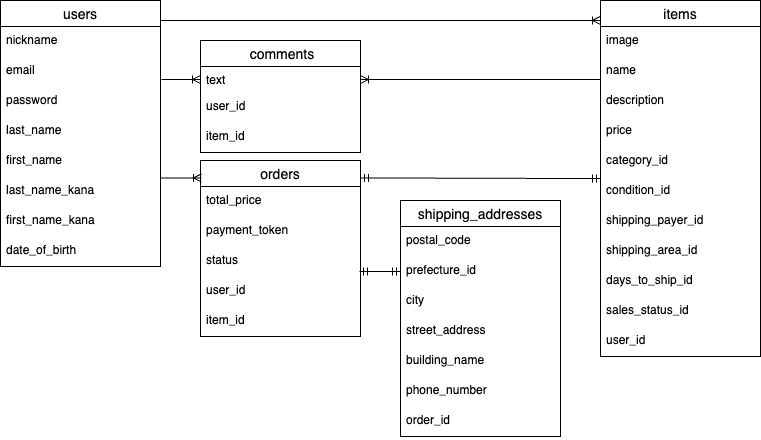
Before: ER.drawio.png, a diagram exported from draw.io (mao0000/furima-46811). Source tidied: cells renumbered, new cells last; positions are measured from the earlier drawing's top-left corner, leaving out a move shared by most shapes.
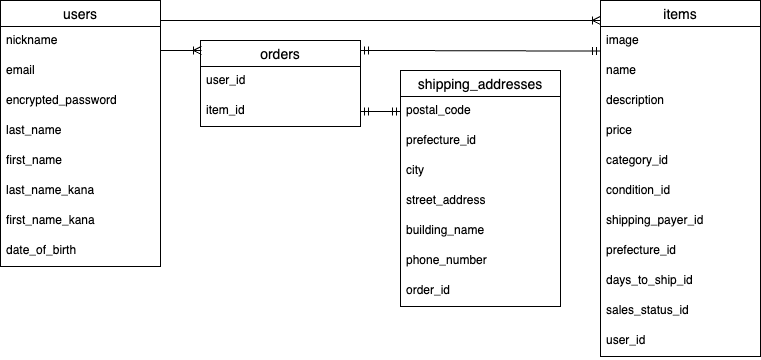
The same file after the commit.

Commit message:
ER図・READMEの訂正

Diff of the diagram source:
```diff
@@ -11,7 +11,7 @@
     <mxCell id="4" value="email" style="text;strokeColor=none;fillColor=none;spacingLeft=4;spacingRight=4;overflow=hidden;points=[[0,0.5],[1,0.5]];portConstraint=eastwest;fontSize=12;whiteSpace=wrap;html=1;" parent="2" vertex="1">
       <mxGeometry y="56" width="160" height="30" as="geometry" />
     </mxCell>
-    <mxCell id="5" value="password" style="text;strokeColor=none;fillColor=none;spacingLeft=4;spacingRight=4;overflow=hidden;fontSize=12;whiteSpace=wrap;html=1;" parent="2" vertex="1">
+    <mxCell id="5" value="encrypted_password" style="text;strokeColor=none;fillColor=none;spacingLeft=4;spacingRight=4;overflow=hidden;fontSize=12;whiteSpace=wrap;html=1;" parent="2" vertex="1">
       <mxGeometry y="86" width="160" height="30" as="geometry" />
     </mxCell>
     <mxCell id="6" value="last_name" style="text;strokeColor=none;fillColor=none;spacingLeft=4;spacingRight=4;overflow=hidden;fontSize=12;whiteSpace=wrap;html=1;" parent="2" vertex="1">
@@ -53,7 +53,7 @@
     <mxCell id="18" value="shipping_payer_id" style="text;strokeColor=none;fillColor=none;spacingLeft=4;spacingRight=4;overflow=hidden;fontSize=12;whiteSpace=wrap;html=1;" parent="11" vertex="1">
       <mxGeometry y="206" width="160" height="30" as="geometry" />
     </mxCell>
-    <mxCell id="19" value="shipping_area_id" style="text;strokeColor=none;fillColor=none;spacingLeft=4;spacingRight=4;overflow=hidden;fontSize=12;whiteSpace=wrap;html=1;" parent="11" vertex="1">
+    <mxCell id="19" value="prefecture_id" style="text;strokeColor=none;fillColor=none;spacingLeft=4;spacingRight=4;overflow=hidden;fontSize=12;whiteSpace=wrap;html=1;" parent="11" vertex="1">
       <mxGeometry y="236" width="160" height="30" as="geometry" />
     </mxCell>
     <mxCell id="20" value="days_to_ship_id" style="text;strokeColor=none;fillColor=none;spacingLeft=4;spacingRight=4;overflow=hidden;fontSize=12;whiteSpace=wrap;html=1;" parent="11" vertex="1">
@@ -66,25 +66,16 @@
       <mxGeometry y="326" width="160" height="30" as="geometry" />
     </mxCell>
     <mxCell id="23" value="orders" style="swimlane;fontStyle=0;horizontal=1;startSize=26;align=center;fontSize=14;" parent="1" vertex="1">
-      <mxGeometry x="200" y="220" width="160" height="176" as="geometry" />
+      <mxGeometry x="200" y="100" width="160" height="86" as="geometry" />
     </mxCell>
-    <mxCell id="24" value="total_price" style="text;strokeColor=none;fillColor=none;spacingLeft=4;spacingRight=4;overflow=hidden;fontSize=12;whiteSpace=wrap;html=1;" parent="23" vertex="1">
-      <mxGeometry y="26" width="160" height="30" as="geometry" />
-    </mxCell>
-    <mxCell id="25" value="payment_token" style="text;strokeColor=none;fillColor=none;spacingLeft=4;spacingRight=4;overflow=hidden;fontSize=12;whiteSpace=wrap;html=1;" parent="23" vertex="1">
-      <mxGeometry y="56" width="160" height="30" as="geometry" />
-    </mxCell>
-    <mxCell id="26" value="status" style="text;strokeColor=none;fillColor=none;spacingLeft=4;spacingRight=4;overflow=hidden;points=[[0,0.5],[1,0.5]];portConstraint=eastwest;fontSize=12;whiteSpace=wrap;html=1;" parent="23" vertex="1">
-      <mxGeometry y="86" width="160" height="30" as="geometry" />
-    </mxCell>
     <mxCell id="27" value="user_id" style="text;strokeColor=none;fillColor=none;spacingLeft=4;spacingRight=4;overflow=hidden;fontSize=12;whiteSpace=wrap;html=1;" parent="23" vertex="1">
-      <mxGeometry y="116" width="160" height="30" as="geometry" />
+      <mxGeometry y="26" width="160" height="30" as="geometry" />
     </mxCell>
     <mxCell id="28" value="item_id" style="text;strokeColor=none;fillColor=none;spacingLeft=4;spacingRight=4;overflow=hidden;points=[[0,0.5],[1,0.5]];portConstraint=eastwest;fontSize=12;whiteSpace=wrap;html=1;" parent="23" vertex="1">
-      <mxGeometry y="146" width="160" height="30" as="geometry" />
+      <mxGeometry y="56" width="160" height="30" as="geometry" />
     </mxCell>
     <mxCell id="29" value="shipping_addresses" style="swimlane;fontStyle=0;horizontal=1;startSize=26;align=center;fontSize=14;" parent="1" vertex="1">
-      <mxGeometry x="400" y="260" width="160" height="236" as="geometry" />
+      <mxGeometry x="400" y="130" width="160" height="236" as="geometry" />
     </mxCell>
     <mxCell id="30" value="postal_code" style="text;strokeColor=none;fillColor=none;spacingLeft=4;spacingRight=4;overflow=hidden;points=[[0,0.5],[1,0.5]];portConstraint=eastwest;fontSize=12;whiteSpace=wrap;html=1;" parent="29" vertex="1">
       <mxGeometry y="26" width="160" height="30" as="geometry" />
@@ -107,18 +98,6 @@
     <mxCell id="36" value="order_id" style="text;strokeColor=none;fillColor=none;spacingLeft=4;spacingRight=4;overflow=hidden;fontSize=12;whiteSpace=wrap;html=1;" parent="29" vertex="1">
       <mxGeometry y="206" width="160" height="30" as="geometry" />
     </mxCell>
-    <mxCell id="37" value=" comments" style="swimlane;fontStyle=0;horizontal=1;startSize=26;align=center;fontSize=14;" parent="1" vertex="1">
-      <mxGeometry x="200" y="100" width="160" height="112" as="geometry" />
-    </mxCell>
-    <mxCell id="38" value="text" style="text;strokeColor=none;fillColor=none;spacingLeft=4;spacingRight=4;overflow=hidden;points=[[0,0.5],[1,0.5]];portConstraint=eastwest;fontSize=12;whiteSpace=wrap;html=1;" parent="37" vertex="1">
-      <mxGeometry y="26" width="160" height="26" as="geometry" />
-    </mxCell>
-    <mxCell id="39" value="user_id" style="text;strokeColor=none;fillColor=none;spacingLeft=4;spacingRight=4;overflow=hidden;fontSize=12;whiteSpace=wrap;html=1;" parent="37" vertex="1">
-      <mxGeometry y="52" width="160" height="30" as="geometry" />
-    </mxCell>
-    <mxCell id="40" value="item_id" style="text;strokeColor=none;fillColor=none;spacingLeft=4;spacingRight=4;overflow=hidden;fontSize=12;whiteSpace=wrap;html=1;" parent="37" vertex="1">
-      <mxGeometry y="82" width="160" height="30" as="geometry" />
-    </mxCell>
     <mxCell id="41" style="edgeStyle=entityRelationEdgeStyle;fontSize=12;html=1;endArrow=ERoneToMany;entryX=0;entryY=0.056;entryDx=0;entryDy=0;entryPerimeter=0;" parent="1" edge="1" target="11">
       <mxGeometry relative="1" as="geometry">
         <mxPoint x="160" y="80" as="sourcePoint" />
@@ -129,31 +108,20 @@
         </Array>
       </mxGeometry>
     </mxCell>
-    <mxCell id="42" style="edgeStyle=entityRelationEdgeStyle;fontSize=12;html=1;endArrow=ERoneToMany;exitX=1.006;exitY=0.767;exitDx=0;exitDy=0;entryX=0;entryY=0.5;entryDx=0;entryDy=0;exitPerimeter=0;" parent="1" edge="1" source="4" target="38">
-      <mxGeometry relative="1" as="geometry">
-        <Array as="points">
-          <mxPoint x="370" y="250" />
-          <mxPoint x="340" y="280" />
-        </Array>
-      </mxGeometry>
-    </mxCell>
-    <mxCell id="43" style="edgeStyle=entityRelationEdgeStyle;fontSize=12;html=1;endArrow=ERoneToMany;exitX=0;exitY=0.767;exitDx=0;exitDy=0;exitPerimeter=0;entryX=1;entryY=0.5;entryDx=0;entryDy=0;" parent="1" edge="1" source="13" target="38">
-      <mxGeometry relative="1" as="geometry" />
-    </mxCell>
     <mxCell id="44" style="edgeStyle=entityRelationEdgeStyle;fontSize=12;html=1;endArrow=ERoneToMany;exitX=0.994;exitY=0.8;exitDx=0;exitDy=0;exitPerimeter=0;" parent="1" edge="1">
       <mxGeometry relative="1" as="geometry">
-        <mxPoint x="160" y="237.5" as="sourcePoint" />
-        <mxPoint x="201" y="237.5" as="targetPoint" />
+        <mxPoint x="160" y="110" as="sourcePoint" />
+        <mxPoint x="201" y="110" as="targetPoint" />
       </mxGeometry>
     </mxCell>
     <mxCell id="45" style="edgeStyle=entityRelationEdgeStyle;fontSize=12;html=1;endArrow=ERmandOne;startArrow=ERmandOne;" parent="1" edge="1">
       <mxGeometry relative="1" as="geometry">
-        <mxPoint x="360" y="237.5" as="sourcePoint" />
-        <mxPoint x="600" y="238" as="targetPoint" />
+        <mxPoint x="360" y="110" as="sourcePoint" />
+        <mxPoint x="600" y="110.5" as="targetPoint" />
       </mxGeometry>
     </mxCell>
-    <mxCell id="46" style="edgeStyle=entityRelationEdgeStyle;fontSize=12;html=1;endArrow=ERmandOne;startArrow=ERmandOne;exitX=0.994;exitY=0.833;exitDx=0;exitDy=0;exitPerimeter=0;entryX=0;entryY=0.5;entryDx=0;entryDy=0;" parent="1" edge="1" source="26" target="31">
-      <mxGeometry relative="1" as="geometry" />
-    </mxCell>
+    <mxCell id="47" style="edgeStyle=entityRelationEdgeStyle;fontSize=12;html=1;endArrow=ERmandOne;startArrow=ERmandOne;exitX=1;exitY=0.5;exitDx=0;exitDy=0;entryX=0;entryY=0.5;entryDx=0;entryDy=0;" parent="1" edge="1" source="28" target="30">
+      <mxGeometry relative="1" as="geometry" />
+    </mxCell>
   </root>
 </mxGraphModel>
```
